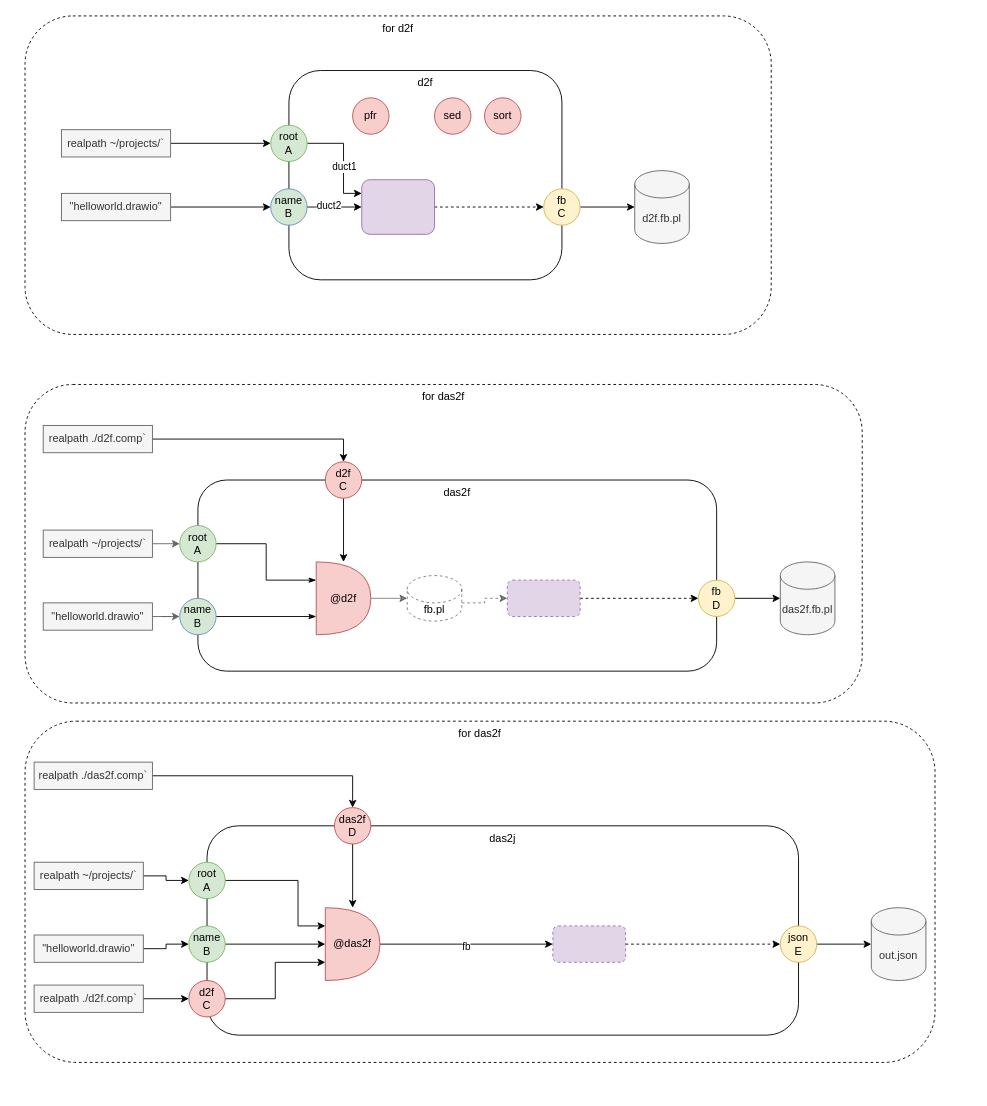
The draw.io diagram page "Page-2" (2 of 2) of components.drawio in guitarvydas/d2py, before the edit. Source tidied: cells renumbered, new cells numbered last; positions are measured from the earlier drawing's top-left corner, leaving out a move shared by most shapes. Both pictures are drawn from the tidied source at 91%, with x=0, y=0 at pixel (25, 15).
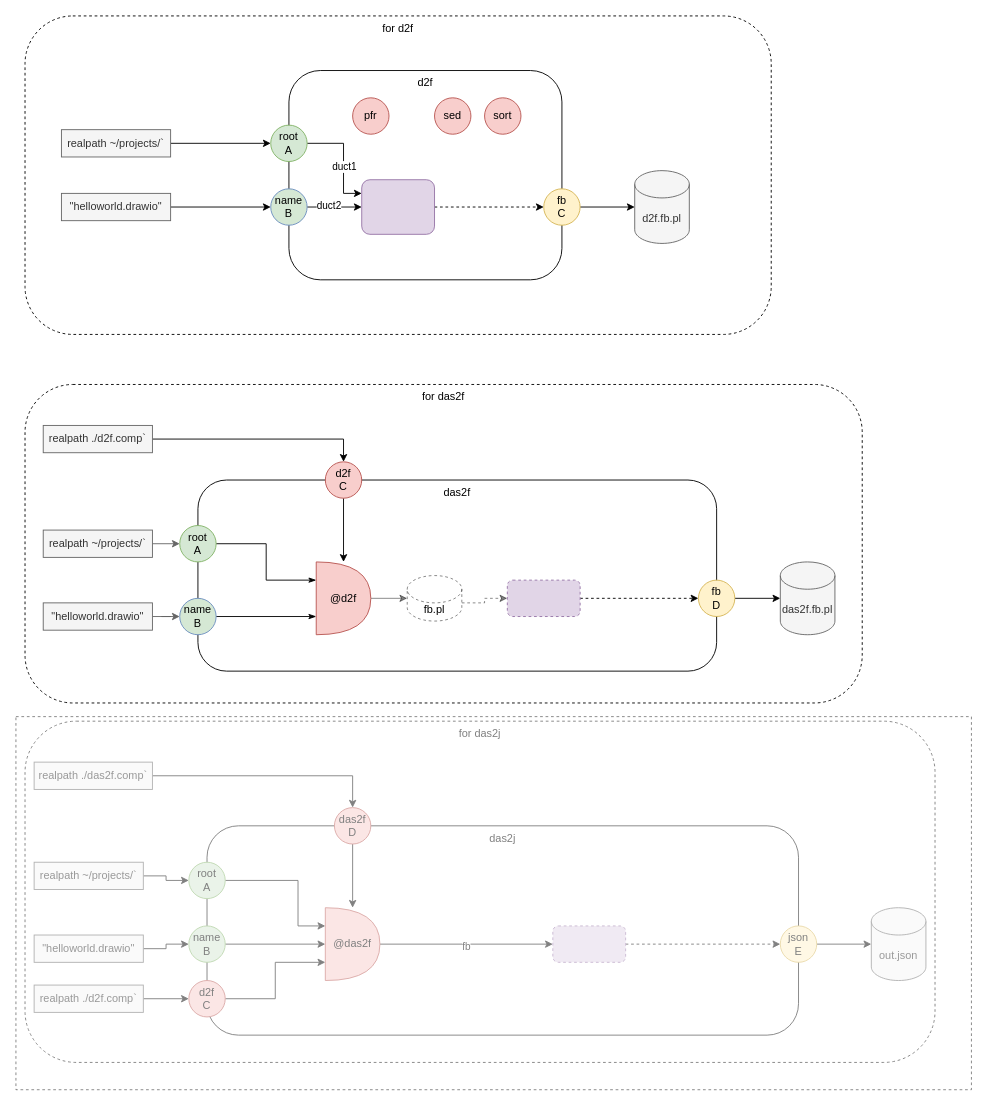
Above is the later version.

What changed in the source:
```diff
@@
-    <mxCell id="2" value="for das2f" style="rounded=1;whiteSpace=wrap;html=1;dashed=1;verticalAlign=top;" parent="1" vertex="1">
+    <mxCell id="2" value="for das2j" style="rounded=1;whiteSpace=wrap;html=1;dashed=1;verticalAlign=top;" parent="1" vertex="1">
       <mxGeometry y="775" width="1000" height="375" as="geometry" />
     </mxCell>
@@
+    <mxCell id="71" style="rounded=0;whiteSpace=wrap;html=1;dashed=1;opacity=50;" parent="1" vertex="1">
+      <mxGeometry x="-10" y="770" width="1050" height="410" as="geometry" />
+    </mxCell>
```
